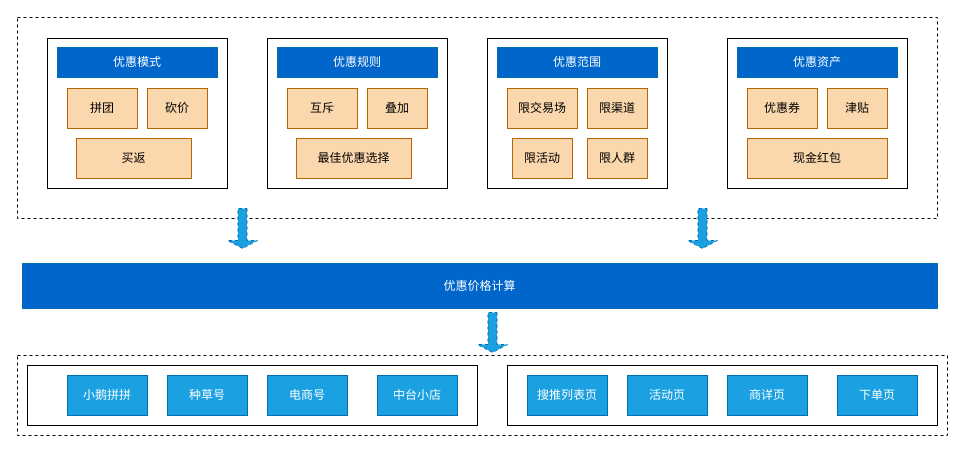
This is page "Copy of Copy of Page-31" (25 of 31) of Untitled Diagram.drawio from zengcrvip/basedemo, a draw.io file, before an edit. Source tidied: cells renumbered, new cells numbered last; positions are measured from the earlier drawing's top-left corner, leaving out a move shared by most shapes. Both pictures are drawn from the tidied source at 100%, with x=0, y=0 at pixel (17, 17).
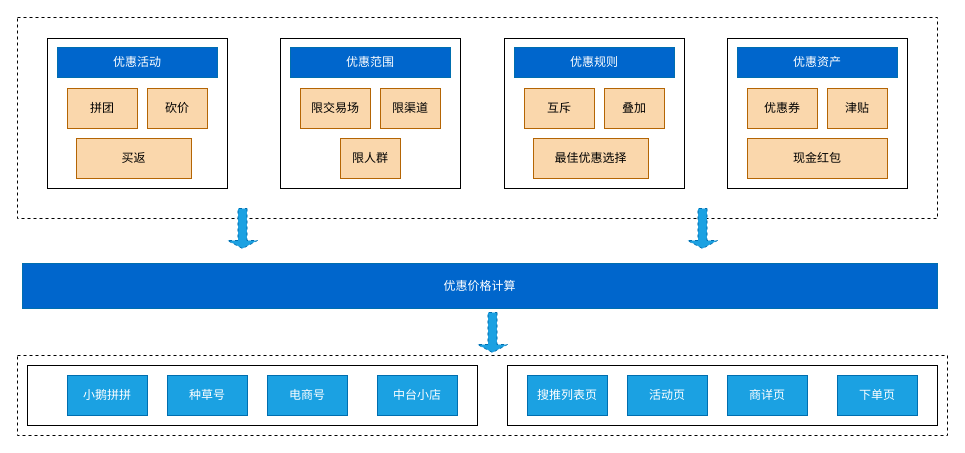
The same diagram, later.

Diff of the diagram source:
```diff
@@
     <mxCell id="9" style="rounded=0;whiteSpace=wrap;html=1;" parent="1" vertex="1">
-      <mxGeometry x="470" y="21" width="180" height="150" as="geometry" />
+      <mxGeometry x="263" y="21" width="180" height="150" as="geometry" />
     </mxCell>
     <mxCell id="10" value="限交易场" style="rounded=0;whiteSpace=wrap;html=1;fillColor=#fad7ac;strokeColor=#b46504;" parent="1" vertex="1">
-      <mxGeometry x="490" y="71" width="70" height="40" as="geometry" />
+      <mxGeometry x="283" y="71" width="70" height="40" as="geometry" />
     </mxCell>
     <mxCell id="11" value="限渠道" style="rounded=0;whiteSpace=wrap;html=1;fillColor=#fad7ac;strokeColor=#b46504;" parent="1" vertex="1">
-      <mxGeometry x="570" y="71" width="60" height="40" as="geometry" />
+      <mxGeometry x="363" y="71" width="60" height="40" as="geometry" />
     </mxCell>
     <mxCell id="12" value="优惠范围" style="rounded=0;whiteSpace=wrap;html=1;fillColor=#0066CC;fontColor=#ffffff;strokeColor=#006EAF;" parent="1" vertex="1">
-      <mxGeometry x="480" y="30" width="160" height="30" as="geometry" />
+      <mxGeometry x="273" y="30" width="160" height="30" as="geometry" />
     </mxCell>
-    <mxCell id="13" value="限活动" style="rounded=0;whiteSpace=wrap;html=1;fillColor=#fad7ac;strokeColor=#b46504;" parent="1" vertex="1">
-      <mxGeometry x="495" y="121" width="60" height="40" as="geometry" />
-    </mxCell>
     <mxCell id="14" value="限人群" style="rounded=0;whiteSpace=wrap;html=1;fillColor=#fad7ac;strokeColor=#b46504;" parent="1" vertex="1">
-      <mxGeometry x="570" y="121" width="60" height="40" as="geometry" />
+      <mxGeometry x="323" y="121" width="60" height="40" as="geometry" />
     </mxCell>
     <mxCell id="15" style="rounded=0;whiteSpace=wrap;html=1;" parent="1" vertex="1">
-      <mxGeometry x="250" y="21" width="180" height="150" as="geometry" />
+      <mxGeometry x="487" y="21" width="180" height="150" as="geometry" />
     </mxCell>
     <mxCell id="16" value="互斥" style="rounded=0;whiteSpace=wrap;html=1;fillColor=#fad7ac;strokeColor=#b46504;" parent="1" vertex="1">
-      <mxGeometry x="270" y="71" width="70" height="40" as="geometry" />
+      <mxGeometry x="507" y="71" width="70" height="40" as="geometry" />
     </mxCell>
     <mxCell id="17" value="叠加" style="rounded=0;whiteSpace=wrap;html=1;fillColor=#fad7ac;strokeColor=#b46504;" parent="1" vertex="1">
-      <mxGeometry x="350" y="71" width="60" height="40" as="geometry" />
+      <mxGeometry x="587" y="71" width="60" height="40" as="geometry" />
     </mxCell>
     <mxCell id="18" value="优惠规则" style="rounded=0;whiteSpace=wrap;html=1;fillColor=#0066CC;fontColor=#ffffff;strokeColor=#006EAF;" parent="1" vertex="1">
-      <mxGeometry x="260" y="30" width="160" height="30" as="geometry" />
+      <mxGeometry x="497" y="30" width="160" height="30" as="geometry" />
     </mxCell>
     <mxCell id="19" value="最佳优惠选择" style="rounded=0;whiteSpace=wrap;html=1;fillColor=#fad7ac;strokeColor=#b46504;" parent="1" vertex="1">
-      <mxGeometry x="279" y="121" width="115" height="40" as="geometry" />
+      <mxGeometry x="516" y="121" width="115" height="40" as="geometry" />
     </mxCell>
@@
-    <mxCell id="23" value="优惠模式" style="rounded=0;whiteSpace=wrap;html=1;fillColor=#0066CC;fontColor=#ffffff;strokeColor=#006EAF;" parent="1" vertex="1">
+    <mxCell id="23" value="优惠活动" style="rounded=0;whiteSpace=wrap;html=1;fillColor=#0066CC;fontColor=#ffffff;strokeColor=#006EAF;" parent="1" vertex="1">
       <mxGeometry x="40" y="30" width="160" height="30" as="geometry" />
     </mxCell>
```
